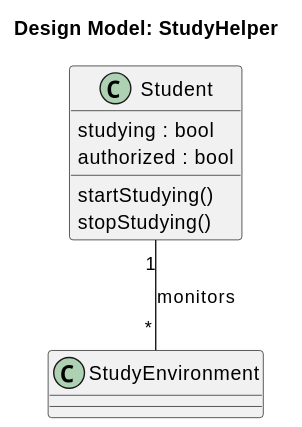
Earlier version of the PlantUML export Documentation/Analysis/StudyHelper.design.svg (SEP4Real/SEP4). Its diagram source:
```plantuml
@startuml
title Design Model: StudyHelper
class Student {
  studying : bool
  authorized : bool
  startStudying()
  stopStudying()
}
class StudyEnvironment {
}
Student "1" -- "*" StudyEnvironment : monitors
@enduml
```
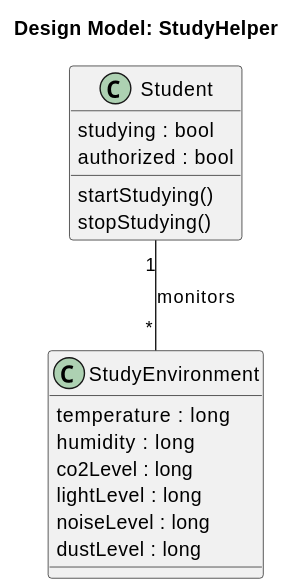
The same file after the commit.

Diff of the diagram source:
```diff
@@ -7,6 +7,12 @@
   stopStudying()
 }
 class StudyEnvironment {
+  temperature : long
+  humidity : long
+  co2Level : long
+  lightLevel : long
+  noiseLevel : long
+  dustLevel : long
 }
 Student "1" -- "*" StudyEnvironment : monitors
 @enduml
```
